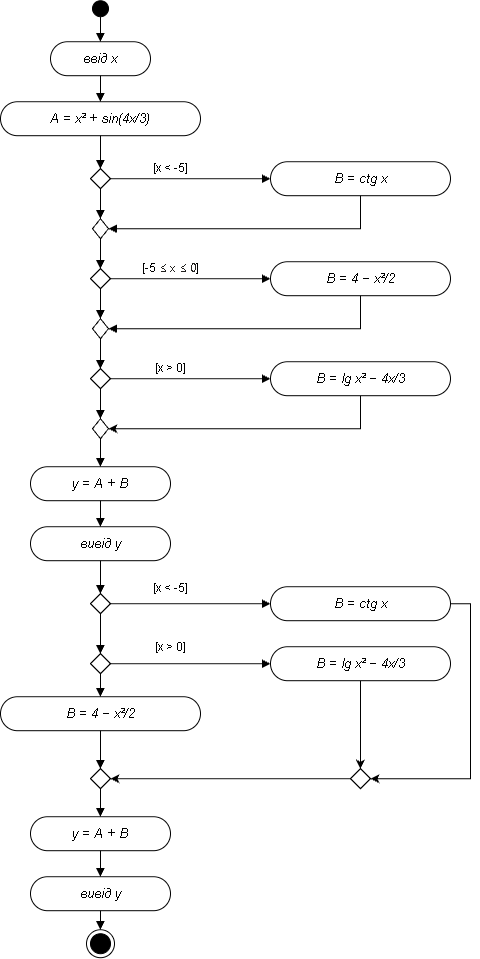
The draw.io diagram lab_03_1_UML.drawio.png in 2016Oscar2016/AP_2026, before a commit. Source tidied: cells renumbered, new cells last; positions are measured from the earlier drawing's top-left corner, leaving out a move shared by most shapes.
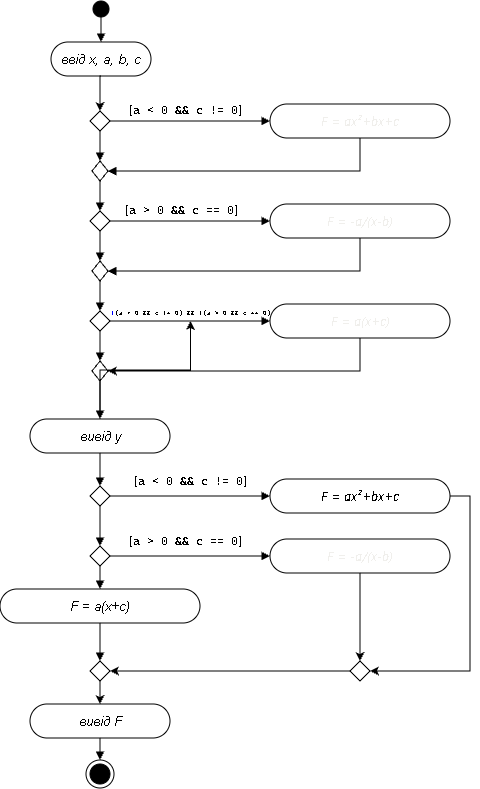
Above is the later version.

What changed in the source:
```diff
@@ -10,28 +10,28 @@
     </mxCell>
+    <mxCell id="61" style="edgeStyle=orthogonalEdgeStyle;rounded=0;jettySize=auto;html=1;exitX=0.5;exitY=1;exitDx=0;exitDy=0;entryX=0.5;entryY=0;entryDx=0;entryDy=0;fontColor=light-dark(#000000,#000000);strokeColor=light-dark(#000000,#000000);" parent="1" edge="1" source="4" target="6">
+      <mxGeometry relative="1" as="geometry" />
+    </mxCell>
-    <mxCell id="4" value="ввід x" style="rounded=1;arcSize=50;whiteSpace=wrap;html=1;fillColor=light-dark(transparent,#FFFFFF);strokeColor=light-dark(#000000,#000000);fontColor=light-dark(#000000,#000000);fontStyle=2;fontSize=13;" parent="1" vertex="1">
+    <mxCell id="4" value="ввід x, a, b, c" style="rounded=1;arcSize=50;whiteSpace=wrap;html=1;fillColor=light-dark(transparent,#FFFFFF);strokeColor=light-dark(#000000,#000000);fontColor=light-dark(#000000,#000000);fontStyle=2;fontSize=13;" parent="1" vertex="1">
       <mxGeometry x="50" y="41" width="100" height="34" as="geometry" />
     </mxCell>
-    <mxCell id="5" value="A = x² + sin(4x/3)" style="rounded=1;arcSize=50;whiteSpace=wrap;html=1;fillColor=light-dark(transparent,#FFFFFF);strokeColor=light-dark(#000000,#000000);fontColor=light-dark(#000000,#000000);fontStyle=2;fontSize=13;" parent="1" vertex="1">
-      <mxGeometry y="101" width="200" height="34" as="geometry" />
-    </mxCell>
     <mxCell id="6" style="rhombus;whiteSpace=wrap;html=1;fillColor=light-dark(transparent,#FFFFFF);strokeColor=light-dark(#000000,#000000);fontSize=1;fontColor=light-dark(#000000,#000000);" parent="1" vertex="1">
-      <mxGeometry x="90" y="168" width="20" height="20" as="geometry" />
+      <mxGeometry x="89" y="110" width="20" height="20" as="geometry" />
     </mxCell>
-    <mxCell id="7" value="B = ctg x" style="rounded=1;arcSize=50;whiteSpace=wrap;html=1;fillColor=light-dark(transparent,#FFFFFF);strokeColor=light-dark(#000000,#000000);fontColor=light-dark(#000000,#000000);fontStyle=2;fontSize=13;" parent="1" vertex="1">
-      <mxGeometry x="270" y="161" width="180" height="34" as="geometry" />
+    <mxCell id="7" value="&lt;span style=&quot;color: rgb(240, 239, 236); font-family: anthropic-sans, -apple-system, BlinkMacSystemFont, &amp;quot;Segoe UI&amp;quot;, sans-serif; text-align: start; white-space: nowrap;&quot;&gt;F = ax²+bx+c&lt;/span&gt;" style="rounded=1;arcSize=50;whiteSpace=wrap;html=1;fillColor=light-dark(transparent,#FFFFFF);strokeColor=light-dark(#000000,#000000);fontColor=light-dark(#000000,#000000);fontStyle=2;fontSize=13;" parent="1" vertex="1">
+      <mxGeometry x="269" y="103" width="180" height="34" as="geometry" />
     </mxCell>
     <mxCell id="8" style="rhombus;whiteSpace=wrap;html=1;fillColor=light-dark(transparent,#FFFFFF);strokeColor=light-dark(#000000,#000000);fontSize=1;fontColor=light-dark(#000000,#000000);" parent="1" vertex="1">
-      <mxGeometry x="92" y="218" width="16" height="20" as="geometry" />
+      <mxGeometry x="91" y="160" width="16" height="20" as="geometry" />
     </mxCell>
     <mxCell id="9" style="rhombus;whiteSpace=wrap;html=1;fillColor=light-dark(transparent,#FFFFFF);strokeColor=light-dark(#000000,#000000);fontSize=1;fontColor=light-dark(#000000,#000000);" parent="1" vertex="1">
-      <mxGeometry x="90" y="268" width="20" height="20" as="geometry" />
+      <mxGeometry x="89" y="210" width="20" height="20" as="geometry" />
     </mxCell>
-    <mxCell id="10" value="B = 4 − x²/2" style="rounded=1;arcSize=50;whiteSpace=wrap;html=1;fillColor=light-dark(transparent,#FFFFFF);strokeColor=light-dark(#000000,#000000);fontColor=light-dark(#000000,#000000);fontStyle=2;fontSize=13;" parent="1" vertex="1">
-      <mxGeometry x="270" y="261" width="180" height="34" as="geometry" />
+    <mxCell id="10" value="&lt;span style=&quot;color: rgb(240, 239, 236); font-family: anthropic-sans, -apple-system, BlinkMacSystemFont, &amp;quot;Segoe UI&amp;quot;, sans-serif; text-align: start; white-space: nowrap;&quot;&gt;F = -a/(x-b)&lt;/span&gt;" style="rounded=1;arcSize=50;whiteSpace=wrap;html=1;fillColor=light-dark(transparent,#FFFFFF);strokeColor=light-dark(#000000,#000000);fontColor=light-dark(#000000,#000000);fontStyle=2;fontSize=13;" parent="1" vertex="1">
+      <mxGeometry x="269" y="203" width="180" height="34" as="geometry" />
     </mxCell>
     <mxCell id="11" style="rhombus;whiteSpace=wrap;html=1;fillColor=light-dark(transparent,#FFFFFF);strokeColor=light-dark(#000000,#000000);fontSize=1;fontColor=light-dark(#000000,#000000);" parent="1" vertex="1">
-      <mxGeometry x="92" y="318" width="16" height="20" as="geometry" />
+      <mxGeometry x="91" y="260" width="16" height="20" as="geometry" />
     </mxCell>
     <mxCell id="12" style="rhombus;whiteSpace=wrap;html=1;fillColor=light-dark(transparent,#FFFFFF);strokeColor=light-dark(#000000,#000000);fontSize=1;fontColor=light-dark(#000000,#000000);" parent="1" vertex="1">
-      <mxGeometry x="90" y="368" width="20" height="20" as="geometry" />
+      <mxGeometry x="89" y="310" width="20" height="20" as="geometry" />
     </mxCell>
@@ -40,16 +40,16 @@
     </mxCell>
-    <mxCell id="14" value="B = lg x² − 4x/3" style="rounded=1;arcSize=50;whiteSpace=wrap;html=1;fillColor=light-dark(transparent,#FFFFFF);strokeColor=light-dark(#000000,#000000);fontColor=light-dark(#000000,#000000);fontStyle=2;fontSize=13;" parent="1" vertex="1">
-      <mxGeometry x="270" y="361" width="180" height="34" as="geometry" />
+    <mxCell id="14" value="&lt;span style=&quot;color: rgb(240, 239, 236); font-family: anthropic-sans, -apple-system, BlinkMacSystemFont, &amp;quot;Segoe UI&amp;quot;, sans-serif; text-align: start; white-space: nowrap;&quot;&gt;F = a(x+c)&lt;/span&gt;" style="rounded=1;arcSize=50;whiteSpace=wrap;html=1;fillColor=light-dark(transparent,#FFFFFF);strokeColor=light-dark(#000000,#000000);fontColor=light-dark(#000000,#000000);fontStyle=2;fontSize=13;" parent="1" vertex="1">
+      <mxGeometry x="269" y="303" width="180" height="34" as="geometry" />
     </mxCell>
     <mxCell id="15" style="rhombus;whiteSpace=wrap;html=1;fillColor=light-dark(transparent,#FFFFFF);strokeColor=light-dark(#000000,#000000);fontSize=1;fontColor=light-dark(#000000,#000000);" parent="1" vertex="1">
-      <mxGeometry x="92" y="418" width="16" height="20" as="geometry" />
+      <mxGeometry x="91" y="360" width="16" height="20" as="geometry" />
     </mxCell>
-    <mxCell id="16" value="y = A + B" style="rounded=1;arcSize=50;whiteSpace=wrap;html=1;fillColor=light-dark(transparent,#FFFFFF);strokeColor=light-dark(#000000,#000000);fontColor=light-dark(#000000,#000000);fontStyle=2;fontSize=13;" parent="1" vertex="1">
-      <mxGeometry x="30" y="466" width="140" height="34" as="geometry" />
-    </mxCell>
+    <mxCell id="62" style="edgeStyle=orthogonalEdgeStyle;rounded=0;jettySize=auto;html=1;" parent="1" edge="1" source="17" target="58">
+      <mxGeometry relative="1" as="geometry" />
+    </mxCell>
     <mxCell id="17" value="вивід y" style="rounded=1;arcSize=50;whiteSpace=wrap;html=1;fillColor=light-dark(transparent,#FFFFFF);strokeColor=light-dark(#000000,#000000);fontColor=light-dark(#000000,#000000);fontStyle=2;fontSize=13;" parent="1" vertex="1">
-      <mxGeometry x="30" y="526" width="140" height="34" as="geometry" />
+      <mxGeometry x="29" y="418" width="140" height="34" as="geometry" />
     </mxCell>
     <mxCell id="18" style="rhombus;whiteSpace=wrap;html=1;fillColor=light-dark(transparent,#FFFFFF);strokeColor=light-dark(#000000,#000000);fontSize=1;fontColor=light-dark(#000000,#000000);" parent="1" vertex="1">
-      <mxGeometry x="90" y="593" width="20" height="20" as="geometry" />
+      <mxGeometry x="89" y="485" width="20" height="20" as="geometry" />
     </mxCell>
@@ -58,4 +58,4 @@
         <Array as="points">
-          <mxPoint x="470" y="603" />
-          <mxPoint x="470" y="778" />
+          <mxPoint x="469" y="495" />
+          <mxPoint x="469" y="670" />
         </Array>
@@ -63,7 +63,7 @@
     </mxCell>
-    <mxCell id="20" value="B = ctg x" style="rounded=1;arcSize=50;whiteSpace=wrap;html=1;fillColor=light-dark(transparent,#FFFFFF);strokeColor=light-dark(#000000,#000000);fontColor=light-dark(#000000,#000000);fontStyle=2;fontSize=13;" parent="1" vertex="1">
-      <mxGeometry x="270" y="586" width="180" height="34" as="geometry" />
+    <mxCell id="20" value="&lt;span style=&quot;font-family: anthropic-sans, -apple-system, BlinkMacSystemFont, &amp;quot;Segoe UI&amp;quot;, sans-serif; text-align: start; white-space: nowrap; color: light-dark(rgb(0, 0, 0), rgb(0, 0, 0));&quot;&gt;F = ax²+bx+c&lt;/span&gt;" style="rounded=1;arcSize=50;whiteSpace=wrap;html=1;fillColor=light-dark(transparent,#FFFFFF);strokeColor=light-dark(#000000,#000000);fontColor=light-dark(#000000,#000000);fontStyle=2;fontSize=13;" parent="1" vertex="1">
+      <mxGeometry x="269" y="478" width="180" height="34" as="geometry" />
     </mxCell>
     <mxCell id="21" style="rhombus;whiteSpace=wrap;html=1;fillColor=light-dark(transparent,#FFFFFF);strokeColor=light-dark(#000000,#000000);fontSize=1;fontColor=light-dark(#000000,#000000);" parent="1" vertex="1">
-      <mxGeometry x="90" y="653" width="20" height="20" as="geometry" />
+      <mxGeometry x="89" y="545" width="20" height="20" as="geometry" />
     </mxCell>
@@ -72,22 +72,22 @@
     </mxCell>
-    <mxCell id="23" value="B = lg x² − 4x/3" style="rounded=1;arcSize=50;whiteSpace=wrap;html=1;fillColor=light-dark(transparent,#FFFFFF);strokeColor=light-dark(#000000,#000000);fontColor=light-dark(#000000,#000000);fontStyle=2;fontSize=13;" parent="1" vertex="1">
-      <mxGeometry x="270" y="646" width="180" height="34" as="geometry" />
+    <mxCell id="23" value="&lt;span style=&quot;color: rgb(240, 239, 236); font-family: anthropic-sans, -apple-system, BlinkMacSystemFont, &amp;quot;Segoe UI&amp;quot;, sans-serif; text-align: start; white-space: nowrap;&quot;&gt;F = -a/(x-b)&lt;/span&gt;" style="rounded=1;arcSize=50;whiteSpace=wrap;html=1;fillColor=light-dark(transparent,#FFFFFF);strokeColor=light-dark(#000000,#000000);fontColor=light-dark(#000000,#000000);fontStyle=2;fontSize=13;" parent="1" vertex="1">
+      <mxGeometry x="269" y="538" width="180" height="34" as="geometry" />
     </mxCell>
-    <mxCell id="24" value="B = 4 − x²/2" style="rounded=1;arcSize=50;whiteSpace=wrap;html=1;fillColor=light-dark(transparent,#FFFFFF);strokeColor=light-dark(#000000,#000000);fontColor=light-dark(#000000,#000000);fontStyle=2;fontSize=13;" parent="1" vertex="1">
-      <mxGeometry y="696" width="200" height="34" as="geometry" />
+    <mxCell id="24" value="F = a(x+c)" style="rounded=1;arcSize=50;whiteSpace=wrap;html=1;fillColor=light-dark(transparent,#FFFFFF);strokeColor=light-dark(#000000,#000000);fontColor=light-dark(#000000,#000000);fontStyle=2;fontSize=13;" parent="1" vertex="1">
+      <mxGeometry x="-1" y="588" width="200" height="34" as="geometry" />
     </mxCell>
+    <mxCell id="63" style="edgeStyle=orthogonalEdgeStyle;rounded=0;jettySize=auto;html=1;exitX=0.5;exitY=1;exitDx=0;exitDy=0;entryX=0.5;entryY=0;entryDx=0;entryDy=0;fontColor=light-dark(#000000,#000000);strokeColor=light-dark(#000000,#000000);" parent="1" edge="1" source="25" target="27">
+      <mxGeometry relative="1" as="geometry" />
+    </mxCell>
     <mxCell id="25" style="rhombus;whiteSpace=wrap;html=1;fillColor=light-dark(transparent,#FFFFFF);strokeColor=light-dark(#000000,#000000);fontSize=1;fontColor=light-dark(#000000,#000000);" parent="1" vertex="1">
-      <mxGeometry x="90" y="768" width="20" height="20" as="geometry" />
+      <mxGeometry x="89" y="660" width="20" height="20" as="geometry" />
     </mxCell>
-    <mxCell id="26" value="y = A + B" style="rounded=1;arcSize=50;whiteSpace=wrap;html=1;fillColor=light-dark(transparent,#FFFFFF);strokeColor=light-dark(#000000,#000000);fontColor=light-dark(#000000,#000000);fontStyle=2;fontSize=13;" parent="1" vertex="1">
-      <mxGeometry x="30" y="816" width="140" height="34" as="geometry" />
-    </mxCell>
-    <mxCell id="27" value="вивід y" style="rounded=1;arcSize=50;whiteSpace=wrap;html=1;fillColor=light-dark(transparent,#FFFFFF);strokeColor=light-dark(#000000,#000000);fontColor=light-dark(#000000,#000000);fontStyle=2;fontSize=13;" parent="1" vertex="1">
-      <mxGeometry x="30" y="876" width="140" height="34" as="geometry" />
+    <mxCell id="27" value="вивід F" style="rounded=1;arcSize=50;whiteSpace=wrap;html=1;fillColor=light-dark(transparent,#FFFFFF);strokeColor=light-dark(#000000,#000000);fontColor=light-dark(#000000,#000000);fontStyle=2;fontSize=13;" parent="1" vertex="1">
+      <mxGeometry x="29" y="703" width="140" height="34" as="geometry" />
     </mxCell>
     <mxCell id="28" style="ellipse;whiteSpace=wrap;html=1;fillColor=light-dark(transparent,#FFFFFF);strokeColor=light-dark(#000000,#000000);fontColor=light-dark(#000000,#000000);" parent="1" vertex="1">
-      <mxGeometry x="86" y="929" width="28" height="28" as="geometry" />
+      <mxGeometry x="85" y="759" width="28" height="28" as="geometry" />
     </mxCell>
     <mxCell id="29" style="ellipse;whiteSpace=wrap;html=1;fillColor=light-dark(#000000,#000000);strokeColor=light-dark(#000000,#000000);fontColor=light-dark(#000000,#000000);" parent="1" vertex="1">
-      <mxGeometry x="90" y="933" width="20" height="20" as="geometry" />
+      <mxGeometry x="89" y="763" width="20" height="20" as="geometry" />
     </mxCell>
@@ -96,8 +96,2 @@
     </mxCell>
-    <mxCell id="31" style="edgeStyle=orthogonalEdgeStyle;rounded=0;html=1;endArrow=block;elbow=vertical;fontColor=light-dark(#000000,#000000);fontSize=12;strokeColor=light-dark(#000000,#000000);fillColor=light-dark(transparent,#FFFFFF);" parent="1" edge="1" source="4" target="5">
-      <mxGeometry relative="1" as="geometry" />
-    </mxCell>
-    <mxCell id="32" style="edgeStyle=orthogonalEdgeStyle;rounded=0;html=1;endArrow=block;elbow=vertical;fontColor=light-dark(#000000,#000000);fontSize=12;strokeColor=light-dark(#000000,#000000);fillColor=light-dark(transparent,#FFFFFF);" parent="1" edge="1" source="5" target="6">
-      <mxGeometry relative="1" as="geometry" />
-    </mxCell>
     <mxCell id="33" style="edgeStyle=orthogonalEdgeStyle;rounded=0;html=1;endArrow=block;elbow=vertical;fontColor=light-dark(#000000,#000000);fontSize=12;strokeColor=light-dark(#000000,#000000);fillColor=light-dark(transparent,#FFFFFF);" parent="1" edge="1" source="6" target="8">
@@ -108,3 +102,3 @@
         <Array as="points">
-          <mxPoint x="360" y="228" />
+          <mxPoint x="359" y="170" />
         </Array>
@@ -124,3 +118,3 @@
         <Array as="points">
-          <mxPoint x="360" y="328" />
+          <mxPoint x="359" y="270" />
         </Array>
@@ -140,8 +134,5 @@
     </mxCell>
-    <mxCell id="43" style="edgeStyle=orthogonalEdgeStyle;rounded=0;html=1;endArrow=block;elbow=vertical;fontColor=light-dark(#000000,#000000);fontSize=12;strokeColor=light-dark(#000000,#000000);fillColor=light-dark(transparent,#FFFFFF);" parent="1" edge="1" source="15" target="16">
+    <mxCell id="43" style="edgeStyle=orthogonalEdgeStyle;rounded=0;html=1;endArrow=block;elbow=vertical;fontColor=light-dark(#000000,#000000);fontSize=12;strokeColor=light-dark(#000000,#000000);fillColor=light-dark(transparent,#FFFFFF);entryX=0.5;entryY=0;entryDx=0;entryDy=0;exitX=0.5;exitY=1;exitDx=0;exitDy=0;" parent="1" edge="1" source="15" target="17">
       <mxGeometry relative="1" as="geometry" />
     </mxCell>
-    <mxCell id="44" style="edgeStyle=orthogonalEdgeStyle;rounded=0;html=1;endArrow=block;elbow=vertical;fontColor=light-dark(#000000,#000000);fontSize=12;strokeColor=light-dark(#000000,#000000);fillColor=light-dark(transparent,#FFFFFF);" parent="1" edge="1" source="16" target="17">
-      <mxGeometry relative="1" as="geometry" />
-    </mxCell>
     <mxCell id="45" style="edgeStyle=orthogonalEdgeStyle;rounded=0;html=1;endArrow=block;elbow=vertical;fontColor=light-dark(#000000,#000000);fontSize=12;strokeColor=light-dark(#000000,#000000);fillColor=light-dark(transparent,#FFFFFF);" parent="1" edge="1" source="17" target="18">
@@ -164,8 +155,2 @@
     </mxCell>
-    <mxCell id="51" style="edgeStyle=orthogonalEdgeStyle;rounded=0;html=1;endArrow=block;elbow=vertical;fontColor=light-dark(#000000,#000000);fontSize=12;strokeColor=light-dark(#000000,#000000);fillColor=light-dark(transparent,#FFFFFF);" parent="1" edge="1" source="25" target="26">
-      <mxGeometry relative="1" as="geometry" />
-    </mxCell>
-    <mxCell id="52" style="edgeStyle=orthogonalEdgeStyle;rounded=0;html=1;endArrow=block;elbow=vertical;fontColor=light-dark(#000000,#000000);fontSize=12;strokeColor=light-dark(#000000,#000000);fillColor=light-dark(transparent,#FFFFFF);" parent="1" edge="1" source="26" target="27">
-      <mxGeometry relative="1" as="geometry" />
-    </mxCell>
     <mxCell id="53" style="edgeStyle=orthogonalEdgeStyle;rounded=0;html=1;endArrow=block;elbow=vertical;fontColor=light-dark(#000000,#000000);fontSize=12;strokeColor=light-dark(#000000,#000000);fillColor=light-dark(transparent,#FFFFFF);" parent="1" edge="1" source="27" target="28">
@@ -177,18 +162,18 @@
     <mxCell id="55" style="rhombus;whiteSpace=wrap;html=1;fillColor=light-dark(transparent,#FFFFFF);strokeColor=light-dark(#000000,#000000);fontSize=1;fontColor=light-dark(#000000,#000000);" parent="1" vertex="1">
-      <mxGeometry x="350" y="768" width="20" height="20" as="geometry" />
+      <mxGeometry x="349" y="660" width="20" height="20" as="geometry" />
     </mxCell>
-    <mxCell id="56" value="[x &amp;lt; -5]" style="text;html=1;whiteSpace=wrap;strokeColor=none;fillColor=none;align=center;verticalAlign=middle;rounded=0;fontColor=light-dark(#000000,#000000);" parent="1" vertex="1">
-      <mxGeometry x="140" y="158" width="60" height="20" as="geometry" />
+    <mxCell id="56" value="&lt;span style=&quot;color: light-dark(rgb(0, 0, 0), rgb(0, 0, 0));&quot;&gt;&lt;span style=&quot;font-family: anthropic-sans, -apple-system, BlinkMacSystemFont, &amp;quot;Segoe UI&amp;quot;, sans-serif; text-align: start; white-space: nowrap;&quot;&gt;[&lt;/span&gt;&lt;span style=&quot;font-family: &amp;quot;Cascadia Mono&amp;quot;; font-size: 9pt; background-color: transparent;&quot;&gt;a&lt;/span&gt;&lt;span style=&quot;font-family: &amp;quot;Cascadia Mono&amp;quot;; font-size: 9pt; background-color: transparent;&quot;&gt; &amp;lt; 0 &amp;amp;&amp;amp; c != 0&lt;/span&gt;&lt;span style=&quot;font-family: anthropic-sans, -apple-system, BlinkMacSystemFont, &amp;quot;Segoe UI&amp;quot;, sans-serif; text-align: start; white-space: nowrap; background-color: transparent;&quot;&gt;]&lt;/span&gt;&lt;/span&gt;" style="text;html=1;whiteSpace=wrap;strokeColor=none;fillColor=none;align=center;verticalAlign=middle;rounded=0;fontColor=light-dark(#000000,#000000);" parent="1" vertex="1">
+      <mxGeometry x="124" y="99" width="121" height="20" as="geometry" />
     </mxCell>
-    <mxCell id="57" value="[-5&amp;nbsp;&lt;span style=&quot;color: rgb(240, 239, 236); font-family: anthropic-sans, -apple-system, BlinkMacSystemFont, &amp;quot;Segoe UI&amp;quot;, sans-serif; text-align: start; white-space: nowrap;&quot;&gt;≤ x ≤ 0&lt;/span&gt;]" style="text;html=1;whiteSpace=wrap;strokeColor=none;fillColor=none;align=center;verticalAlign=middle;rounded=0;fontColor=light-dark(#000000,#000000);" parent="1" vertex="1">
-      <mxGeometry x="140" y="258" width="60" height="20" as="geometry" />
+    <mxCell id="57" value="&lt;span style=&quot;font-family: anthropic-sans, -apple-system, BlinkMacSystemFont, &amp;quot;Segoe UI&amp;quot;, sans-serif; text-align: start; white-space: nowrap;&quot;&gt;&lt;span style=&quot;color: light-dark(rgb(0, 0, 0), rgb(0, 0, 0));&quot;&gt;[&lt;span style=&quot;font-family: &amp;quot;Cascadia Mono&amp;quot;; font-size: 9pt; background-color: transparent;&quot;&gt;a &amp;gt; 0 &amp;amp;&amp;amp; c == 0&lt;/span&gt;&lt;span style=&quot;background-color: transparent;&quot;&gt;]&lt;/span&gt;&lt;/span&gt;&lt;br&gt;&lt;/span&gt;" style="text;html=1;whiteSpace=wrap;strokeColor=none;fillColor=none;align=center;verticalAlign=middle;rounded=0;fontColor=light-dark(#000000,#000000);" parent="1" vertex="1">
+      <mxGeometry x="150" y="199" width="60" height="20" as="geometry" />
     </mxCell>
-    <mxCell id="58" value="[x &amp;gt; 0]" style="text;html=1;whiteSpace=wrap;strokeColor=none;fillColor=none;align=center;verticalAlign=middle;rounded=0;fontColor=light-dark(#000000,#000000);" parent="1" vertex="1">
-      <mxGeometry x="140" y="358" width="60" height="20" as="geometry" />
+    <mxCell id="58" value="&lt;div style=&quot;text-align: start;&quot;&gt;&lt;pre style=&quot;font-family: &amp;quot;Cascadia Mono&amp;quot;;&quot;&gt;&lt;font style=&quot;font-size: 6px;&quot;&gt;&lt;span style=&quot;color: rgb(0, 0, 255);&quot;&gt;!&lt;/span&gt;(a &amp;lt; 0 &amp;amp;&amp;amp; c != 0) &amp;amp;&amp;amp; !(a &amp;gt; 0 &amp;amp;&amp;amp; c == 0)&lt;/font&gt;&lt;/pre&gt;&lt;/div&gt;" style="text;html=1;whiteSpace=wrap;strokeColor=none;fillColor=none;align=center;verticalAlign=middle;rounded=0;fontColor=light-dark(#000000,#000000);" parent="1" vertex="1">
+      <mxGeometry x="85" y="300" width="209" height="20" as="geometry" />
     </mxCell>
-    <mxCell id="59" value="[x &amp;lt; -5]" style="text;html=1;whiteSpace=wrap;strokeColor=none;fillColor=none;align=center;verticalAlign=middle;rounded=0;fontColor=light-dark(#000000,#000000);" parent="1" vertex="1">
-      <mxGeometry x="140" y="578" width="60" height="20" as="geometry" />
+    <mxCell id="59" value="&lt;span style=&quot;white-space: nowrap; font-family: anthropic-sans, -apple-system, BlinkMacSystemFont, &amp;quot;Segoe UI&amp;quot;, sans-serif; text-align: start;&quot;&gt;[&lt;/span&gt;&lt;span style=&quot;font-size: 9pt; background-color: transparent; font-family: &amp;quot;Cascadia Mono&amp;quot;;&quot;&gt;a&lt;/span&gt;&lt;span style=&quot;font-size: 9pt; background-color: transparent; font-family: &amp;quot;Cascadia Mono&amp;quot;;&quot;&gt; &amp;lt; 0 &amp;amp;&amp;amp; c != 0&lt;/span&gt;&lt;span style=&quot;white-space: nowrap; background-color: transparent; font-family: anthropic-sans, -apple-system, BlinkMacSystemFont, &amp;quot;Segoe UI&amp;quot;, sans-serif; text-align: start;&quot;&gt;]&lt;/span&gt;" style="text;html=1;whiteSpace=wrap;strokeColor=none;fillColor=none;align=center;verticalAlign=middle;rounded=0;fontColor=light-dark(#000000,#000000);" parent="1" vertex="1">
+      <mxGeometry x="129" y="470" width="121" height="20" as="geometry" />
     </mxCell>
-    <mxCell id="60" value="[x &amp;gt; 0]" style="text;html=1;whiteSpace=wrap;strokeColor=none;fillColor=none;align=center;verticalAlign=middle;rounded=0;fontColor=light-dark(#000000,#000000);" parent="1" vertex="1">
-      <mxGeometry x="140" y="637" width="60" height="20" as="geometry" />
+    <mxCell id="60" value="&lt;span style=&quot;font-family: anthropic-sans, -apple-system, BlinkMacSystemFont, &amp;quot;Segoe UI&amp;quot;, sans-serif; text-align: start; white-space: nowrap;&quot;&gt;[&lt;/span&gt;&lt;span style=&quot;font-size: 9pt; text-align: start; white-space: nowrap; background-color: transparent; font-family: &amp;quot;Cascadia Mono&amp;quot;;&quot;&gt;a &amp;gt; 0 &amp;amp;&amp;amp; c == 0&lt;/span&gt;&lt;span style=&quot;font-family: anthropic-sans, -apple-system, BlinkMacSystemFont, &amp;quot;Segoe UI&amp;quot;, sans-serif; text-align: start; white-space: nowrap; background-color: transparent;&quot;&gt;]&lt;/span&gt;" style="text;html=1;whiteSpace=wrap;strokeColor=none;fillColor=none;align=center;verticalAlign=middle;rounded=0;fontColor=light-dark(#000000,#000000);" parent="1" vertex="1">
+      <mxGeometry x="154.5" y="530" width="60" height="20" as="geometry" />
     </mxCell>
```
